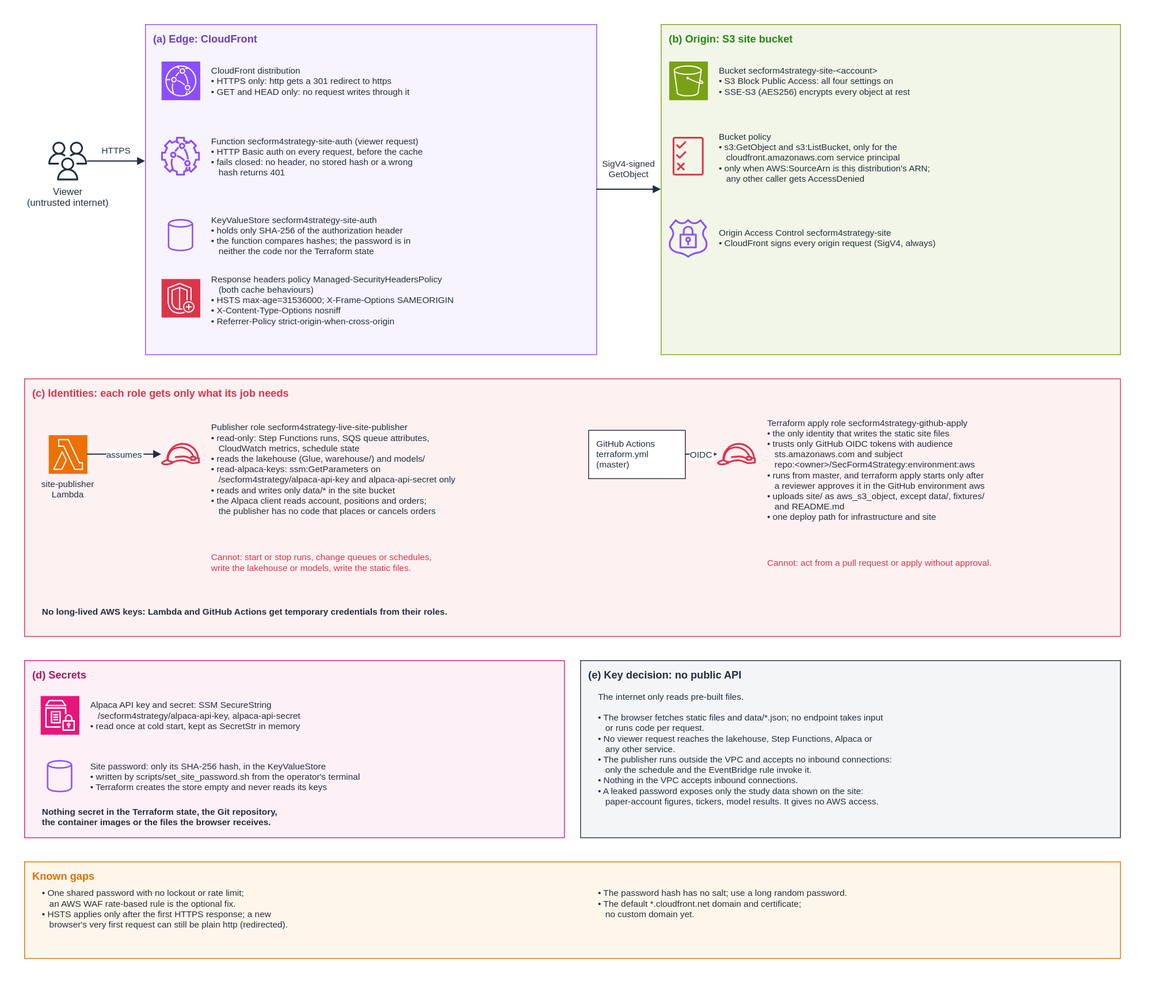
Above: docs/diagrams/site-security.drawio.svg in josemita87/SecForm4Strategy (draw.io), before the change. Source tidied: cells renumbered, new cells last; positions are measured from the earlier drawing's top-left corner, leaving out a move shared by most shapes.
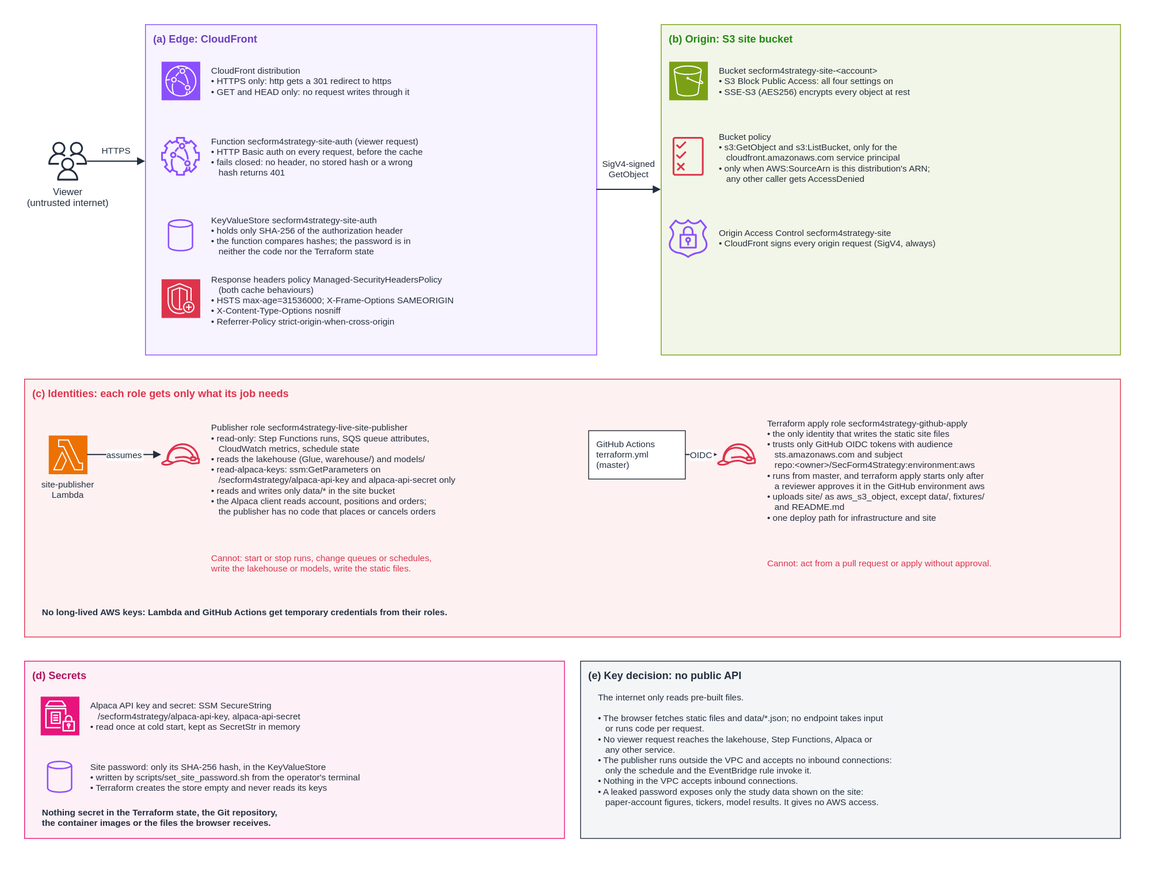
The same file after the commit.

What changed in the source:
```diff
@@ -123,14 +123,5 @@
     <mxCell id="40" value="The internet only reads pre-built files.&#10;&#10;• The browser fetches static files and data/*.json; no endpoint takes input&#10;   or runs code per request.&#10;• No viewer request reaches the lakehouse, Step Functions, Alpaca or&#10;   any other service.&#10;• The publisher runs outside the VPC and accepts no inbound connections:&#10;   only the schedule and the EventBridge rule invoke it.&#10;• Nothing in the VPC accepts inbound connections.&#10;• A leaked password exposes only the study data shown on the site:&#10;   paper-account figures, tickers, model results. It gives no AWS access." style="text;html=0;strokeColor=none;fillColor=none;align=left;verticalAlign=top;fontSize=11;fontColor=#232F3E;fontStyle=0;" parent="1" vertex="1">
       <mxGeometry x="710" y="822" width="640" height="176" as="geometry" />
     </mxCell>
-    <mxCell id="41" value="Known gaps" style="rounded=0;arcSize=6;html=0;fillColor=#FFF6EB;strokeColor=#E07000;fontColor=#E07000;fontSize=13;fontStyle=1;verticalAlign=top;align=left;spacingLeft=8;spacingTop=4;spacingRight=8;" parent="1" vertex="1">
-      <mxGeometry y="1040" width="1360" height="120" as="geometry" />
-    </mxCell>
-    <mxCell id="42" value="• One shared password with no lockout or rate limit;&#10;   an AWS WAF rate-based rule is the optional fix.&#10;• HSTS applies only after the first HTTPS response; a new&#10;   browser's very first request can still be plain http (redirected)." style="text;html=0;strokeColor=none;fillColor=none;align=left;verticalAlign=top;fontSize=11;fontColor=#232F3E;fontStyle=0;" parent="1" vertex="1">
-      <mxGeometry x="20" y="1066" width="640" height="86" as="geometry" />
-    </mxCell>
-    <mxCell id="43" value="• The password hash has no salt; use a long random password.&#10;• The default *.cloudfront.net domain and certificate;&#10;   no custom domain yet." style="text;html=0;strokeColor=none;fillColor=none;align=left;verticalAlign=top;fontSize=11;fontColor=#232F3E;fontStyle=0;" parent="1" vertex="1">
-      <mxGeometry x="710" y="1066" width="640" height="86" as="geometry" />
-    </mxCell>
   </root>
 </mxGraphModel>
```
